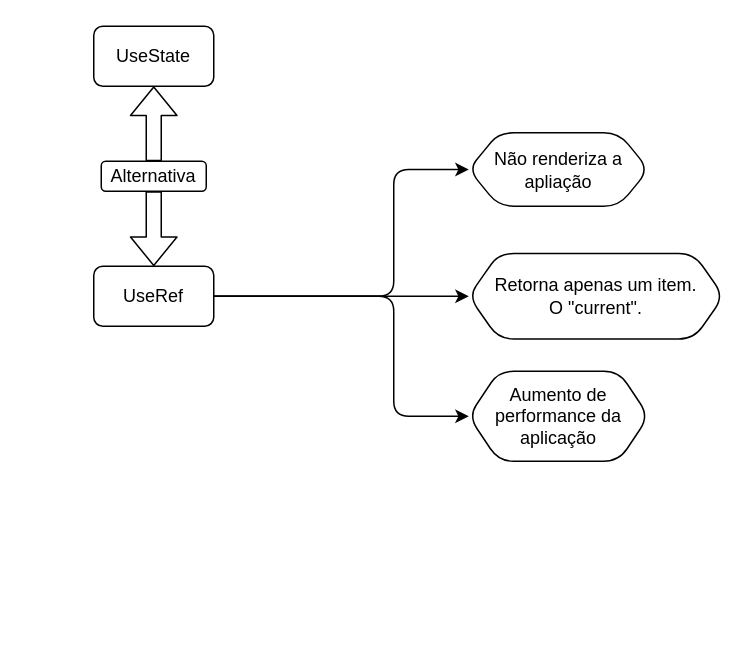
Earlier version of the draw.io diagram public/useRef.drawio (Fehlpe/useRef). Source tidied: cells renumbered, new cells numbered last; positions are measured from the earlier drawing's top-left corner, leaving out a move shared by most shapes. Both pictures are drawn from the tidied source at 150%, with x=0, y=0 at pixel (93, 26).
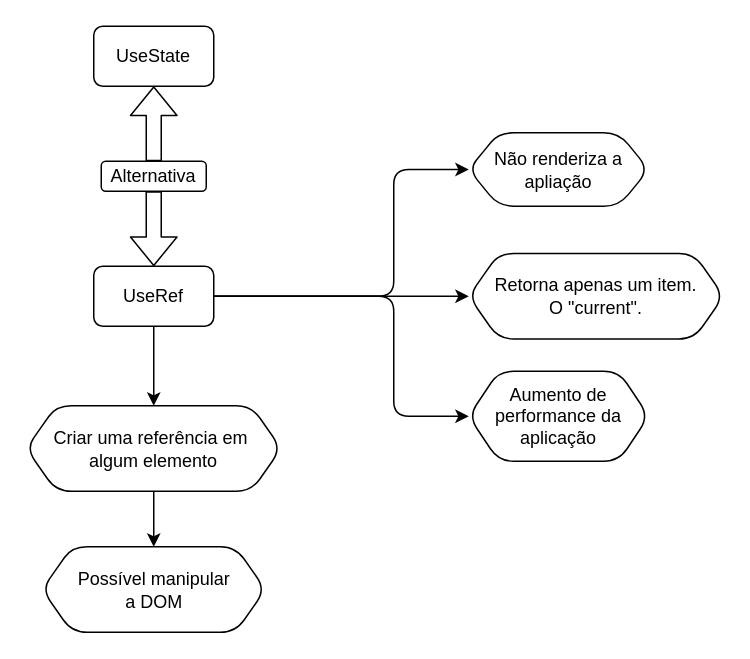
The same diagram, later.

Unchanged cells that the change refers to:
```xml
<mxCell id="5" value="&lt;span&gt;UseRef&lt;/span&gt;" style="rounded=1;whiteSpace=wrap;html=1;strokeColor=default;" parent="1" vertex="1">
  <mxGeometry y="160" width="80" height="40" as="geometry" />
</mxCell>
```

The edit, as a diff of the source:
```diff
@@
+    <mxCell id="13" style="edgeStyle=none;html=1;entryX=0.5;entryY=0;entryDx=0;entryDy=0;" parent="1" edge="1" source="5" target="15">
+      <mxGeometry relative="1" as="geometry" />
+    </mxCell>
@@
+    <mxCell id="14" style="edgeStyle=none;html=1;" parent="1" edge="1" source="15" target="16">
+      <mxGeometry relative="1" as="geometry" />
+    </mxCell>
+    <mxCell id="15" value="Criar uma referência em&amp;nbsp;&lt;br&gt;algum elemento" style="shape=hexagon;perimeter=hexagonPerimeter2;whiteSpace=wrap;html=1;fixedSize=1;rounded=1;strokeColor=default;" parent="1" vertex="1">
+      <mxGeometry x="-45" y="253" width="170" height="57" as="geometry" />
+    </mxCell>
+    <mxCell id="16" value="Possível manipular&lt;br&gt;a DOM" style="shape=hexagon;perimeter=hexagonPerimeter2;whiteSpace=wrap;html=1;fixedSize=1;rounded=1;strokeColor=default;" parent="1" vertex="1">
+      <mxGeometry x="-34.5" y="347" width="149" height="57" as="geometry" />
+    </mxCell>
```
